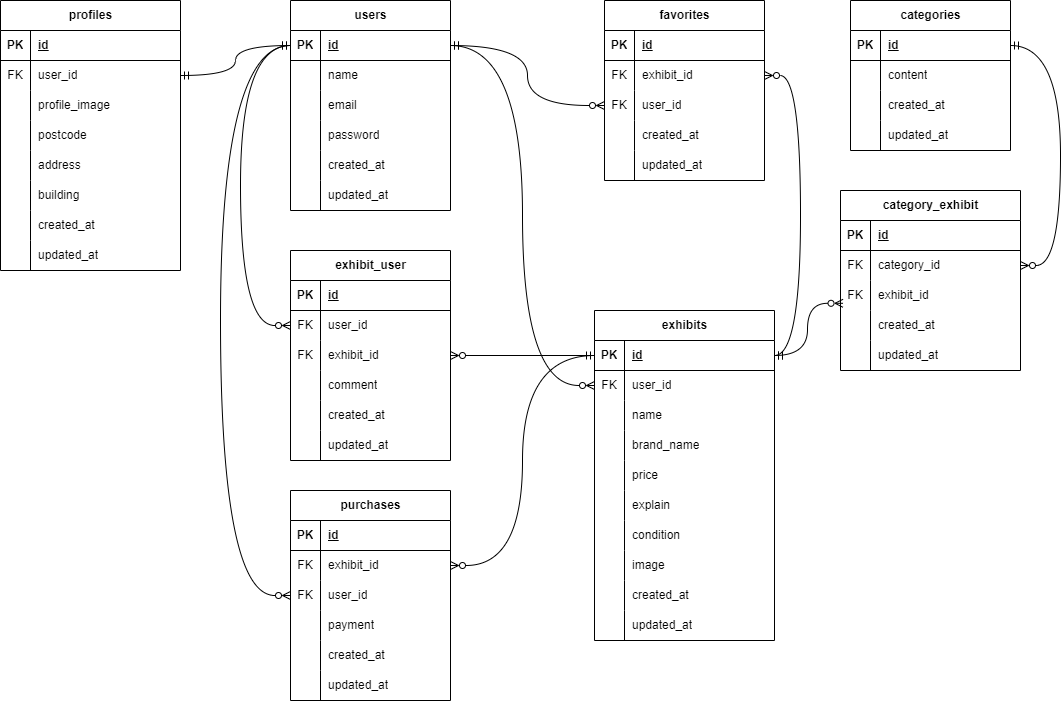
This is ER.png from torch29/matsumoto-mogikadai1, a draw.io export, as it was before one commit. Source tidied: cells renumbered, new cells last; positions are measured from the earlier drawing's top-left corner, leaving out a move shared by most shapes.
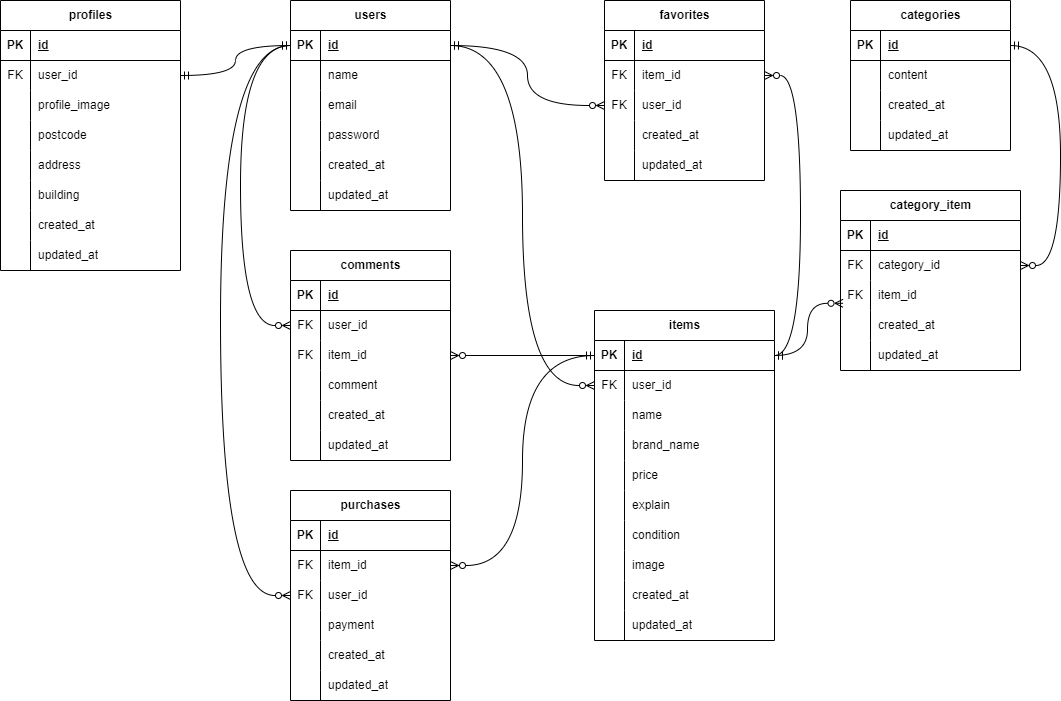
The same diagram one commit later.

The edit, as a diff of the source:
```diff
@@ -134,7 +134,7 @@
     <mxCell id="45" value="updated_at" style="shape=partialRectangle;fillColor=none;top=0;left=0;bottom=0;right=0;align=left;spacingLeft=6;overflow=hidden;whiteSpace=wrap;html=1;" parent="43" vertex="1">
       <mxGeometry x="30" width="150" height="30" as="geometry" />
     </mxCell>
-    <mxCell id="46" value="exhibits" style="shape=table;startSize=30;rowLines=0;fontStyle=1;align=center;html=1;" parent="1" vertex="1">
+    <mxCell id="46" value="items" style="shape=table;startSize=30;rowLines=0;fontStyle=1;align=center;html=1;" parent="1" vertex="1">
       <mxGeometry x="594" y="310" width="180" height="330" as="geometry" />
     </mxCell>
     <mxCell id="47" style="shape=tableRow;horizontal=0;startSize=0;swimlaneHead=0;swimlaneBody=0;fillColor=none;points=[[0,0.5],[1,0.5]];portConstraint=eastwest;top=0;left=0;right=0;bottom=1;" parent="46" vertex="1">
@@ -245,7 +245,7 @@
     <mxCell id="82" value="FK" style="shape=partialRectangle;fillColor=none;top=0;left=0;bottom=0;right=0;overflow=hidden;whiteSpace=wrap;html=1;" parent="81" vertex="1">
       <mxGeometry width="30" height="30" as="geometry" />
     </mxCell>
-    <mxCell id="83" value="exhibit_id" style="shape=partialRectangle;fillColor=none;top=0;left=0;bottom=0;right=0;align=left;spacingLeft=6;overflow=hidden;whiteSpace=wrap;html=1;" parent="81" vertex="1">
+    <mxCell id="83" value="&lt;span style=&quot;color: rgb(0, 0, 0);&quot;&gt;item_id&lt;/span&gt;" style="shape=partialRectangle;fillColor=none;top=0;left=0;bottom=0;right=0;align=left;spacingLeft=6;overflow=hidden;whiteSpace=wrap;html=1;" parent="81" vertex="1">
       <mxGeometry x="30" width="130" height="30" as="geometry" />
     </mxCell>
     <mxCell id="84" style="shape=tableRow;horizontal=0;startSize=0;swimlaneHead=0;swimlaneBody=0;fillColor=none;points=[[0,0.5],[1,0.5]];portConstraint=eastwest;top=0;left=0;right=0;bottom=0;" parent="77" vertex="1">
@@ -344,7 +344,7 @@
     <mxCell id="115" value="FK" style="shape=partialRectangle;fillColor=none;top=0;left=0;bottom=0;right=0;overflow=hidden;whiteSpace=wrap;html=1;" parent="114" vertex="1">
       <mxGeometry width="30" height="30" as="geometry" />
     </mxCell>
-    <mxCell id="116" value="exhibit_id" style="shape=partialRectangle;fillColor=none;top=0;left=0;bottom=0;right=0;align=left;spacingLeft=6;overflow=hidden;whiteSpace=wrap;html=1;" parent="114" vertex="1">
+    <mxCell id="116" value="item_id" style="shape=partialRectangle;fillColor=none;top=0;left=0;bottom=0;right=0;align=left;spacingLeft=6;overflow=hidden;whiteSpace=wrap;html=1;" parent="114" vertex="1">
       <mxGeometry x="30" width="130" height="30" as="geometry" />
     </mxCell>
     <mxCell id="117" style="shape=tableRow;horizontal=0;startSize=0;swimlaneHead=0;swimlaneBody=0;fillColor=none;points=[[0,0.5],[1,0.5]];portConstraint=eastwest;top=0;left=0;right=0;bottom=0;" parent="110" vertex="1">
@@ -374,10 +374,10 @@
     <mxCell id="125" value="updated_at" style="shape=partialRectangle;fillColor=none;top=0;left=0;bottom=0;right=0;align=left;spacingLeft=6;overflow=hidden;whiteSpace=wrap;html=1;" parent="123" vertex="1">
       <mxGeometry x="30" width="130" height="30" as="geometry" />
     </mxCell>
-    <mxCell id="126" style="edgeStyle=orthogonalEdgeStyle;html=1;exitX=1;exitY=0.5;exitDx=0;exitDy=0;entryX=0;entryY=0.5;entryDx=0;entryDy=0;curved=1;startArrow=ERmandOne;startFill=0;endArrow=ERzeroToMany;endFill=0;" parent="1" edge="1" source="111" target="x">
+    <mxCell id="126" style="edgeStyle=orthogonalEdgeStyle;html=1;exitX=1;exitY=0.5;exitDx=0;exitDy=0;entryX=0;entryY=0.5;entryDx=0;entryDy=0;curved=1;startArrow=ERmandOne;startFill=0;endArrow=ERzeroToMany;endFill=0;" parent="1" edge="1" source="111">
       <mxGeometry relative="1" as="geometry" />
     </mxCell>
-    <mxCell id="127" value="exhibit_user" style="shape=table;startSize=30;rowLines=0;fontStyle=1;align=center;html=1;" parent="1" vertex="1">
+    <mxCell id="127" value="comments" style="shape=table;startSize=30;rowLines=0;fontStyle=1;align=center;html=1;" parent="1" vertex="1">
       <mxGeometry x="290" y="250" width="160" height="210" as="geometry" />
     </mxCell>
     <mxCell id="128" style="shape=tableRow;horizontal=0;startSize=0;swimlaneHead=0;swimlaneBody=0;fillColor=none;top=0;left=0;right=0;bottom=1;" parent="127" vertex="1">
@@ -404,7 +404,7 @@
     <mxCell id="135" value="FK" style="shape=partialRectangle;fillColor=none;top=0;left=0;bottom=0;right=0;overflow=hidden;whiteSpace=wrap;html=1;" parent="134" vertex="1">
       <mxGeometry width="30" height="30" as="geometry" />
     </mxCell>
-    <mxCell id="136" value="exhibit_id" style="shape=partialRectangle;fillColor=none;top=0;left=0;bottom=0;right=0;align=left;spacingLeft=6;overflow=hidden;whiteSpace=wrap;html=1;" parent="134" vertex="1">
+    <mxCell id="136" value="&lt;span style=&quot;color: rgb(0, 0, 0);&quot;&gt;item_id&lt;/span&gt;" style="shape=partialRectangle;fillColor=none;top=0;left=0;bottom=0;right=0;align=left;spacingLeft=6;overflow=hidden;whiteSpace=wrap;html=1;" parent="134" vertex="1">
       <mxGeometry x="30" width="130" height="30" as="geometry" />
     </mxCell>
     <mxCell id="137" style="shape=tableRow;horizontal=0;startSize=0;swimlaneHead=0;swimlaneBody=0;fillColor=none;top=0;left=0;right=0;bottom=0;" parent="127" vertex="1">
@@ -446,7 +446,7 @@
     <mxCell id="147" style="edgeStyle=orthogonalEdgeStyle;html=1;exitX=0;exitY=0.5;exitDx=0;exitDy=0;entryX=1;entryY=0.5;entryDx=0;entryDy=0;curved=1;endArrow=ERzeroToMany;endFill=0;startArrow=ERmandOne;startFill=0;" parent="1" edge="1" source="47" target="134">
       <mxGeometry relative="1" as="geometry" />
     </mxCell>
-    <mxCell id="148" value="category_exhibit" style="shape=table;startSize=30;rowLines=0;fontStyle=1;align=center;html=1;" parent="1" vertex="1">
+    <mxCell id="148" value="category_item" style="shape=table;startSize=30;rowLines=0;fontStyle=1;align=center;html=1;" parent="1" vertex="1">
       <mxGeometry x="840" y="190" width="180" height="180" as="geometry" />
     </mxCell>
     <mxCell id="149" style="shape=tableRow;horizontal=0;startSize=0;swimlaneHead=0;swimlaneBody=0;fillColor=none;top=0;left=0;right=0;bottom=1;" parent="148" vertex="1">
@@ -473,7 +473,7 @@
     <mxCell id="156" value="FK" style="shape=partialRectangle;fillColor=none;top=0;left=0;bottom=0;right=0;overflow=hidden;whiteSpace=wrap;html=1;" parent="155" vertex="1">
       <mxGeometry width="30" height="30" as="geometry" />
     </mxCell>
-    <mxCell id="157" value="exhibit_id" style="shape=partialRectangle;fillColor=none;top=0;left=0;bottom=0;right=0;align=left;spacingLeft=6;overflow=hidden;whiteSpace=wrap;html=1;" parent="155" vertex="1">
+    <mxCell id="157" value="&lt;span style=&quot;color: rgb(0, 0, 0);&quot;&gt;item_id&lt;/span&gt;" style="shape=partialRectangle;fillColor=none;top=0;left=0;bottom=0;right=0;align=left;spacingLeft=6;overflow=hidden;whiteSpace=wrap;html=1;" parent="155" vertex="1">
       <mxGeometry x="30" width="150" height="30" as="geometry" />
     </mxCell>
     <mxCell id="158" style="shape=tableRow;horizontal=0;startSize=0;swimlaneHead=0;swimlaneBody=0;fillColor=none;top=0;left=0;right=0;bottom=0;" parent="148" vertex="1">
```
